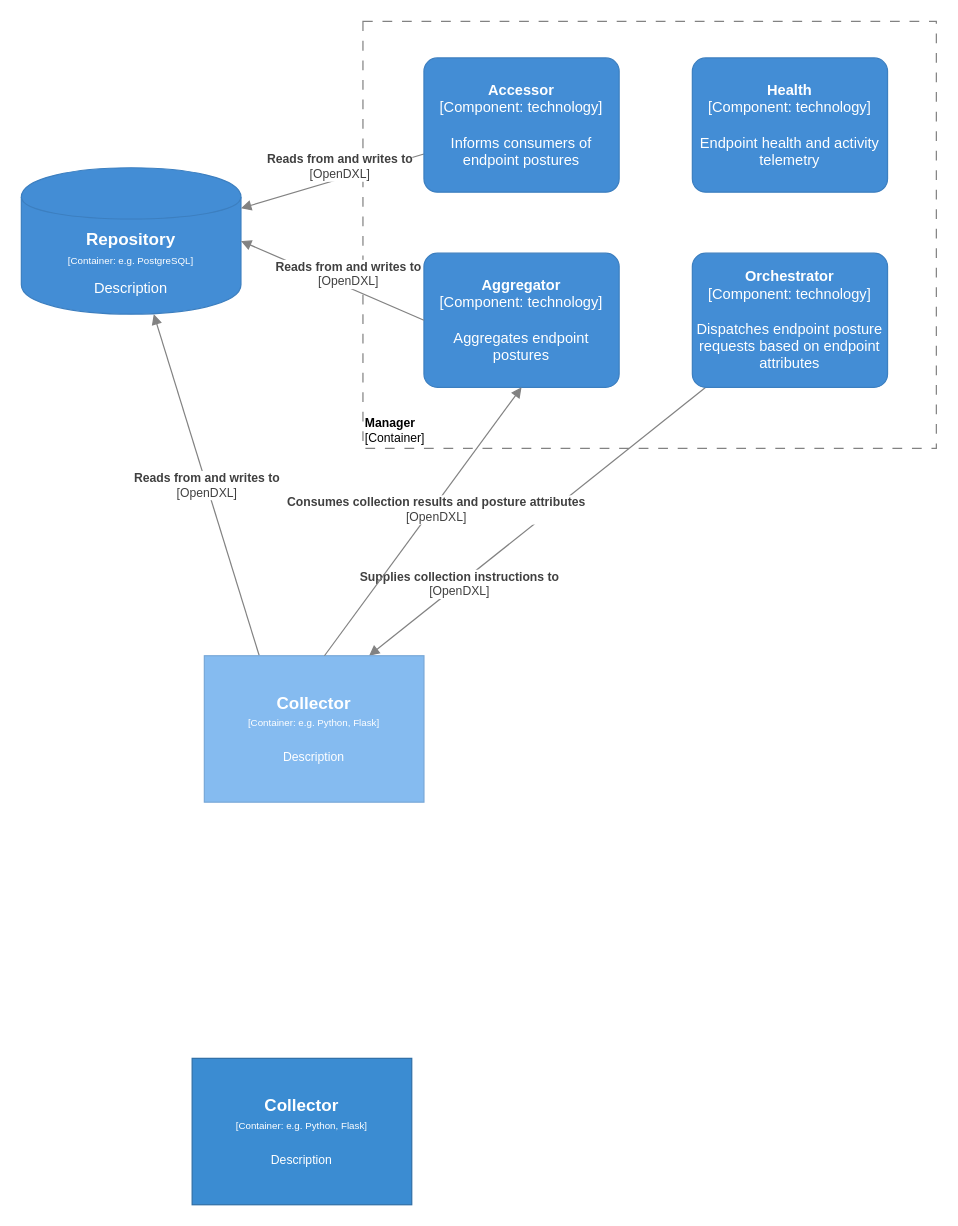
Earlier version of the draw.io diagram Architecture Documents/sacm-component-manager.drawio (opencybersecurityalliance/documentation). Source tidied: cells renumbered, new cells numbered last; positions are measured from the earlier drawing's top-left corner, leaving out a move shared by most shapes. Both pictures are drawn from the tidied source at 122%, with x=0, y=0 at pixel (21, 21).
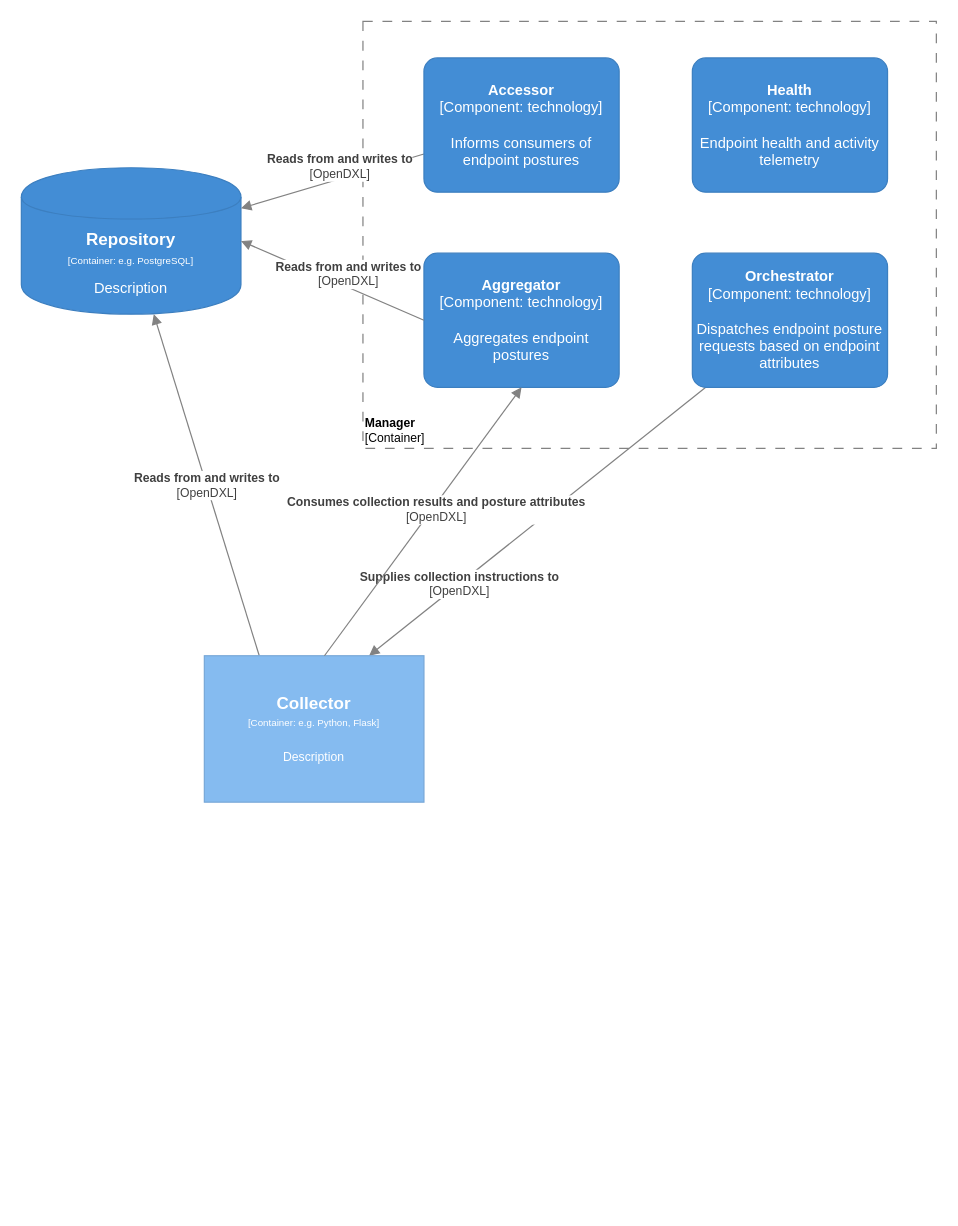
After the change.

Change to the diagram source:
```diff
@@
 <mxGraphModel>
   <root>
     <mxCell id="0" />
     <mxCell id="1" parent="0" />
     <mxCell id="2" value="&lt;font style=&quot;font-size: 10px&quot;&gt;&lt;b&gt;Manager&lt;br&gt;&lt;/b&gt;[Container]&lt;/font&gt;" style="rounded=0;whiteSpace=wrap;html=1;strokeColor=#828282;fillColor=none;fontColor=#000000;align=left;labelPosition=center;verticalLabelPosition=middle;verticalAlign=bottom;dashed=1;strokeWidth=1;perimeterSpacing=0;spacing=2;spacingTop=0;fontSize=10;dashPattern=8 8;" parent="1" vertex="1">
       <mxGeometry x="280" width="470" height="350" as="geometry" />
     </mxCell>
     <object id="3" label="&lt;div style=&quot;color: rgb(255 , 255 , 255) ; white-space: normal&quot;&gt;&lt;span style=&quot;font-size: 14px&quot;&gt;&lt;b&gt;Repository&lt;/b&gt;&lt;/span&gt;&lt;/div&gt;&lt;div style=&quot;color: rgb(255 , 255 , 255) ; font-size: 12px ; white-space: normal&quot;&gt;&lt;font style=&quot;font-size: 8px&quot;&gt;[Container: %technology%]&lt;/font&gt;&lt;/div&gt;&lt;div style=&quot;color: rgb(255 , 255 , 255) ; white-space: normal ; font-size: 8px&quot;&gt;&lt;font style=&quot;line-height: 9.6px&quot;&gt;&lt;br&gt;&lt;/font&gt;&lt;/div&gt;&lt;div style=&quot;color: rgb(255 , 255 , 255) ; white-space: normal&quot;&gt;%description%&lt;/div&gt;" description="Description" placeholders="1" technology="e.g. PostgreSQL">
       <mxCell style="shape=cylinder;whiteSpace=wrap;html=1;boundedLbl=1;backgroundOutline=1;strokeColor=#3C7FC0;fillColor=#438DD5;fontSize=12;fontColor=#ffffff;align=center;rounded=0;" parent="1" vertex="1">
         <mxGeometry y="120" width="180" height="120" as="geometry" />
       </mxCell>
     </object>
     <mxCell id="4" value="&lt;span style=&quot;font-size: 10px&quot;&gt;&lt;b&gt;Reads from and writes to&lt;/b&gt;&lt;br&gt;[OpenDXL]&lt;br&gt;&lt;/span&gt;" style="endArrow=block;html=1;fontSize=10;fontColor=#404040;strokeWidth=1;endFill=1;strokeColor=#828282;elbow=vertical;" parent="1" edge="1" source="11" target="3">
       <mxGeometry x="-0.12" y="-10" relative="1" as="geometry" />
     </mxCell>
     <mxCell id="5" value="&lt;span style=&quot;font-size: 10px&quot;&gt;&lt;b&gt;Reads from and writes to&lt;/b&gt;&lt;br&gt;[OpenDXL]&lt;br&gt;&lt;/span&gt;" style="endArrow=block;html=1;fontSize=10;fontColor=#404040;strokeWidth=1;endFill=1;strokeColor=#828282;elbow=vertical;exitX=0.25;exitY=0;exitDx=0;exitDy=0;" parent="1" edge="1" source="8" target="3">
       <mxGeometry relative="1" as="geometry" />
     </mxCell>
     <mxCell id="6" value="&lt;b&gt;Supplies collection instructions to&lt;br&gt;&lt;/b&gt;[OpenDXL]&lt;span style=&quot;font-size: 10px&quot;&gt;&lt;br&gt;&lt;/span&gt;" style="endArrow=block;html=1;fontSize=10;fontColor=#404040;strokeWidth=1;endFill=1;strokeColor=#828282;elbow=vertical;entryX=0.75;entryY=0;entryDx=0;entryDy=0;" parent="1" edge="1" source="10" target="8">
       <mxGeometry x="0.46" relative="1" as="geometry" />
     </mxCell>
-    <object id="7" label="&lt;div&gt;&lt;span style=&quot;font-size: 14px&quot;&gt;&lt;b&gt;Collector&lt;/b&gt;&lt;/span&gt;&lt;/div&gt;&lt;div&gt;&lt;span style=&quot;font-size: 8px&quot;&gt;[Container: %technology%]&lt;/span&gt;&lt;br&gt;&lt;/div&gt;&lt;div&gt;&lt;span style=&quot;font-size: 8px&quot;&gt;&lt;br&gt;&lt;/span&gt;&lt;/div&gt;&lt;div&gt;&lt;font size=&quot;1&quot;&gt;%description%&lt;/font&gt;&lt;/div&gt;" description="Description" placeholders="1" technology="e.g. Python, Flask">
-      <mxCell style="rounded=0;whiteSpace=wrap;html=1;fillColor=#3B8CD2;fontColor=#FFFFFF;strokeColor=#2F6FA6;" parent="1" vertex="1">
-        <mxGeometry x="140" y="850" width="180" height="120" as="geometry" />
-      </mxCell>
-    </object>
     <object id="8" label="&lt;div&gt;&lt;span style=&quot;font-size: 14px&quot;&gt;&lt;b&gt;Collector&lt;/b&gt;&lt;/span&gt;&lt;/div&gt;&lt;div&gt;&lt;span style=&quot;font-size: 8px&quot;&gt;[Container: %technology%]&lt;/span&gt;&lt;br&gt;&lt;/div&gt;&lt;div&gt;&lt;span style=&quot;font-size: 8px&quot;&gt;&lt;br&gt;&lt;/span&gt;&lt;/div&gt;&lt;div&gt;&lt;font size=&quot;1&quot;&gt;%description%&lt;/font&gt;&lt;/div&gt;" description="Description" placeholders="1" technology="e.g. Python, Flask">
       <mxCell style="rounded=0;whiteSpace=wrap;html=1;fillColor=#85BBF0;fontColor=#ffffff;strokeColor=#78A8D8;arcSize=10;" parent="1" vertex="1">
         <mxGeometry x="150" y="520" width="180" height="120" as="geometry" />
       </mxCell>
     </object>
     <object id="9" label="&lt;b&gt;%c4Name%&lt;/b&gt;&lt;div&gt;[%c4Type%: %c4Technology%]&lt;/div&gt;&lt;br&gt;&lt;div&gt;%c4Description%&lt;/div&gt;" c4Description="Endpoint health and activity telemetry" c4Name="Health" c4Technology="technology" c4Type="Component" placeholders="1">
       <mxCell style="rounded=1;whiteSpace=wrap;html=1;labelBackgroundColor=none;fillColor=#438DD5;fontColor=#ffffff;align=center;arcSize=10;strokeColor=#3C7FC0;metaData={&quot;c4Type&quot;:{&quot;editable&quot;:false}};" parent="1" vertex="1">
         <mxGeometry x="550" y="30" width="160" height="110" as="geometry" />
       </mxCell>
     </object>
     <object id="10" label="&lt;b&gt;%c4Name%&lt;/b&gt;&lt;div&gt;[%c4Type%: %c4Technology%]&lt;/div&gt;&lt;br&gt;&lt;div&gt;%c4Description%&lt;/div&gt;" c4Description="Dispatches endpoint posture requests based on endpoint attributes" c4Name="Orchestrator" c4Technology="technology" c4Type="Component" placeholders="1">
       <mxCell style="rounded=1;whiteSpace=wrap;html=1;labelBackgroundColor=none;fillColor=#438DD5;fontColor=#ffffff;align=center;arcSize=10;strokeColor=#3C7FC0;metaData={&quot;c4Type&quot;:{&quot;editable&quot;:false}};points=[[0.25,0,0],[0.5,0,0],[0.75,0,0],[1,0.25,0],[1,0.5,0],[1,0.75,0],[0.75,1,0],[0.5,1,0],[0.25,1,0],[0,0.75,0],[0,0.5,0],[0,0.25,0]];" parent="1" vertex="1">
         <mxGeometry x="550" y="190" width="160" height="110" as="geometry" />
       </mxCell>
     </object>
     <object id="11" label="&lt;b&gt;%c4Name%&lt;/b&gt;&lt;div&gt;[%c4Type%: %c4Technology%]&lt;/div&gt;&lt;br&gt;&lt;div&gt;%c4Description%&lt;/div&gt;" c4Description="Informs consumers of endpoint postures" c4Name="Accessor" c4Technology="technology" c4Type="Component" placeholders="1">
       <mxCell style="rounded=1;whiteSpace=wrap;html=1;labelBackgroundColor=none;fillColor=#438DD5;fontColor=#ffffff;align=center;arcSize=10;strokeColor=#3C7FC0;metaData={&quot;c4Type&quot;:{&quot;editable&quot;:false}};points=[[0.25,0,0],[0.5,0,0],[0.75,0,0],[1,0.25,0],[1,0.5,0],[1,0.75,0],[0.75,1,0],[0.5,1,0],[0.25,1,0],[0,0.75,0],[0,0.5,0],[0,0.25,0]];" parent="1" vertex="1">
         <mxGeometry x="330" y="30" width="160" height="110" as="geometry" />
       </mxCell>
     </object>
     <object id="12" label="&lt;b&gt;%c4Name%&lt;/b&gt;&lt;div&gt;[%c4Type%: %c4Technology%]&lt;/div&gt;&lt;br&gt;&lt;div&gt;%c4Description%&lt;/div&gt;" c4Description="Aggregates endpoint postures" c4Name="Aggregator" c4Technology="technology" c4Type="Component" placeholders="1">
       <mxCell style="rounded=1;whiteSpace=wrap;html=1;labelBackgroundColor=none;fillColor=#438DD5;fontColor=#ffffff;align=center;arcSize=10;strokeColor=#3C7FC0;metaData={&quot;c4Type&quot;:{&quot;editable&quot;:false}};points=[[0.25,0,0],[0.5,0,0],[0.75,0,0],[1,0.25,0],[1,0.5,0],[1,0.75,0],[0.75,1,0],[0.5,1,0],[0.25,1,0],[0,0.75,0],[0,0.5,0],[0,0.25,0]];" parent="1" vertex="1">
         <mxGeometry x="330" y="190" width="160" height="110" as="geometry" />
       </mxCell>
     </object>
     <mxCell id="13" value="&lt;b&gt;Consumes collection results and posture attributes&lt;br&gt;&lt;/b&gt;[OpenDXL]&lt;span style=&quot;font-size: 10px&quot;&gt;&lt;br&gt;&lt;/span&gt;" style="endArrow=block;html=1;fontSize=10;fontColor=#404040;strokeWidth=1;endFill=1;strokeColor=#828282;elbow=vertical;entryX=0.5;entryY=1;entryDx=0;entryDy=0;entryPerimeter=0;exitX=0.547;exitY=0;exitDx=0;exitDy=0;exitPerimeter=0;" parent="1" edge="1" source="8" target="12">
       <mxGeometry x="0.11" y="-3" relative="1" as="geometry" />
     </mxCell>
     <mxCell id="14" value="&lt;span style=&quot;font-size: 10px&quot;&gt;&lt;b&gt;Reads from and writes to&lt;/b&gt;&lt;br&gt;[OpenDXL]&lt;br&gt;&lt;/span&gt;" style="endArrow=block;html=1;fontSize=10;fontColor=#404040;strokeWidth=1;endFill=1;strokeColor=#828282;elbow=vertical;exitX=0;exitY=0.5;exitDx=0;exitDy=0;exitPerimeter=0;entryX=1;entryY=0.5;entryDx=0;entryDy=0;" parent="1" edge="1" source="12" target="3">
       <mxGeometry x="-0.12" y="-10" relative="1" as="geometry" />
     </mxCell>
   </root>
 </mxGraphModel>
```
